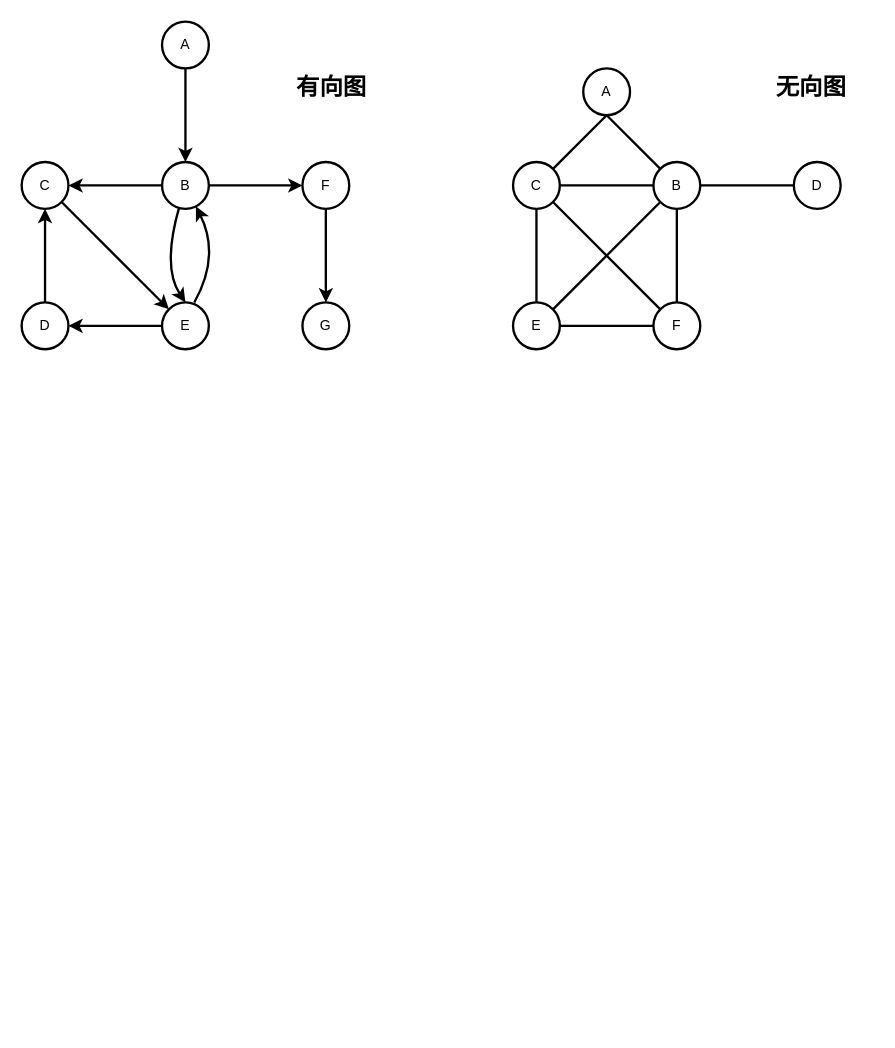
Above: page "图论" (1 of 4) of 数据结构与算法/图结构.drawio in LiHuiBin1995/study-java (draw.io), before the change. Source tidied: cells renumbered, new cells numbered last; positions are measured from the earlier drawing's top-left corner, leaving out a move shared by most shapes. Both pictures are drawn from the tidied source at 117%, with x=0, y=0 at pixel (21, 21).
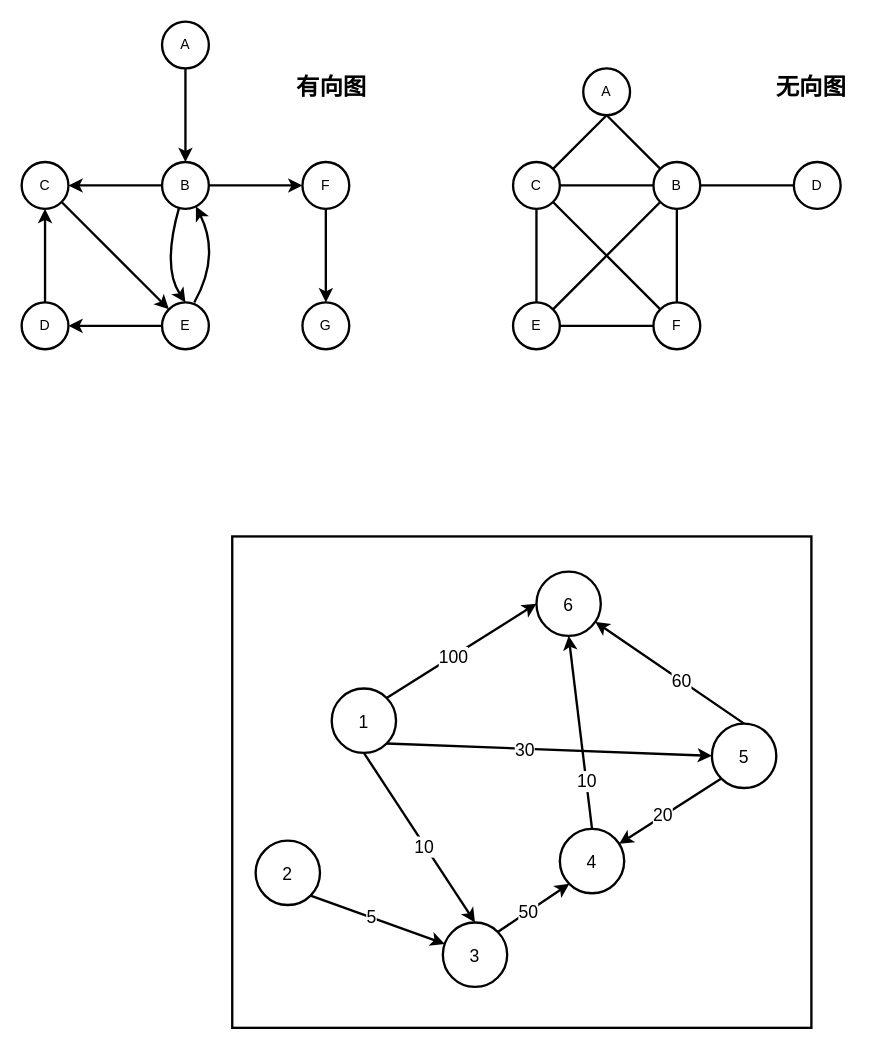
Above is the later version.

Commit message:
更新图结构.drawio

Diff of the diagram source:
```diff
@@
+    <mxCell id="35" style="rounded=0;whiteSpace=wrap;html=1;labelBackgroundColor=none;fontSize=15;fontColor=#000000;strokeWidth=2;" parent="1" vertex="1">
+      <mxGeometry x="180" y="440" width="495" height="420" as="geometry" />
+    </mxCell>
@@
+    <mxCell id="36" style="edgeStyle=none;rounded=0;jettySize=auto;html=1;exitX=0.5;exitY=1;exitDx=0;exitDy=0;entryX=0.5;entryY=0;entryDx=0;entryDy=0;fontSize=15;fontColor=#000000;endArrow=classic;endFill=1;strokeWidth=2;fillColor=#FFB570;" parent="1" edge="1" source="42" target="48">
+      <mxGeometry relative="1" as="geometry" />
+    </mxCell>
+    <mxCell id="37" value="10" style="edgeLabel;html=1;align=center;verticalAlign=middle;fontSize=15;fontColor=#000000;" parent="36" vertex="1">
+      <mxGeometry x="0.08" y="-1" relative="1" as="geometry" />
+    </mxCell>
+    <mxCell id="38" style="edgeStyle=none;rounded=0;jettySize=auto;html=1;exitX=1;exitY=0;exitDx=0;exitDy=0;entryX=0;entryY=0.5;entryDx=0;entryDy=0;fontSize=15;fontColor=#000000;endArrow=classic;endFill=1;strokeWidth=2;fillColor=#FFB570;" parent="1" edge="1" source="42" target="57">
+      <mxGeometry relative="1" as="geometry" />
+    </mxCell>
+    <mxCell id="39" value="100" style="edgeLabel;html=1;align=center;verticalAlign=middle;fontSize=15;fontColor=#000000;" parent="38" vertex="1">
+      <mxGeometry x="-0.11" relative="1" as="geometry" />
+    </mxCell>
+    <mxCell id="40" style="edgeStyle=none;rounded=0;jettySize=auto;html=1;exitX=1;exitY=1;exitDx=0;exitDy=0;entryX=0;entryY=0.5;entryDx=0;entryDy=0;fontSize=15;fontColor=#000000;endArrow=classic;endFill=1;strokeWidth=2;fillColor=#FFB570;" parent="1" edge="1" source="42" target="56">
+      <mxGeometry relative="1" as="geometry" />
+    </mxCell>
+    <mxCell id="41" value="30" style="edgeLabel;html=1;align=center;verticalAlign=middle;fontSize=15;fontColor=#000000;" parent="40" vertex="1">
+      <mxGeometry x="-0.15" relative="1" as="geometry" />
+    </mxCell>
+    <mxCell id="42" value="1" style="ellipse;whiteSpace=wrap;html=1;labelBackgroundColor=none;fontSize=15;fontColor=#000000;strokeWidth=2;" parent="1" vertex="1">
+      <mxGeometry x="265" y="570" width="55" height="55" as="geometry" />
+    </mxCell>
+    <mxCell id="43" style="edgeStyle=none;rounded=0;jettySize=auto;html=1;exitX=1;exitY=1;exitDx=0;exitDy=0;fontSize=15;fontColor=#000000;endArrow=classic;endFill=1;strokeWidth=2;fillColor=#FFB570;" parent="1" edge="1" source="45" target="48">
+      <mxGeometry relative="1" as="geometry" />
+    </mxCell>
+    <mxCell id="44" value="5" style="edgeLabel;html=1;align=center;verticalAlign=middle;fontSize=15;fontColor=#000000;" parent="43" vertex="1">
+      <mxGeometry x="-0.11" y="1" relative="1" as="geometry" />
+    </mxCell>
+    <mxCell id="45" value="2" style="ellipse;whiteSpace=wrap;html=1;labelBackgroundColor=none;fontSize=15;fontColor=#000000;strokeWidth=2;" parent="1" vertex="1">
+      <mxGeometry x="200" y="700" width="55" height="55" as="geometry" />
+    </mxCell>
+    <mxCell id="46" style="edgeStyle=none;rounded=0;jettySize=auto;html=1;exitX=1;exitY=0;exitDx=0;exitDy=0;entryX=0;entryY=1;entryDx=0;entryDy=0;fontSize=15;fontColor=#000000;endArrow=classic;endFill=1;strokeWidth=2;fillColor=#FFB570;" parent="1" edge="1" source="48" target="51">
+      <mxGeometry relative="1" as="geometry" />
+    </mxCell>
+    <mxCell id="47" value="50" style="edgeLabel;html=1;align=center;verticalAlign=middle;fontSize=15;fontColor=#000000;" parent="46" vertex="1">
+      <mxGeometry x="-0.16" relative="1" as="geometry" />
+    </mxCell>
+    <mxCell id="48" value="3" style="ellipse;whiteSpace=wrap;html=1;labelBackgroundColor=none;fontSize=15;fontColor=#000000;strokeWidth=2;" parent="1" vertex="1">
+      <mxGeometry x="360" y="770" width="55" height="55" as="geometry" />
+    </mxCell>
+    <mxCell id="49" style="edgeStyle=none;rounded=0;jettySize=auto;html=1;exitX=0.5;exitY=0;exitDx=0;exitDy=0;entryX=0.5;entryY=1;entryDx=0;entryDy=0;fontSize=15;fontColor=#000000;endArrow=classic;endFill=1;strokeWidth=2;fillColor=#FFB570;" parent="1" edge="1" source="51" target="57">
+      <mxGeometry relative="1" as="geometry" />
+    </mxCell>
+    <mxCell id="50" value="10" style="edgeLabel;html=1;align=center;verticalAlign=middle;fontSize=15;fontColor=#000000;" parent="49" vertex="1">
+      <mxGeometry x="-0.49" relative="1" as="geometry" />
+    </mxCell>
+    <mxCell id="51" value="4" style="ellipse;whiteSpace=wrap;html=1;labelBackgroundColor=none;fontSize=15;fontColor=#000000;strokeWidth=2;" parent="1" vertex="1">
+      <mxGeometry x="460" y="690" width="55" height="55" as="geometry" />
+    </mxCell>
+    <mxCell id="52" style="edgeStyle=none;rounded=0;jettySize=auto;html=1;exitX=0.5;exitY=0;exitDx=0;exitDy=0;fontSize=15;fontColor=#000000;endArrow=classic;endFill=1;strokeWidth=2;fillColor=#FFB570;" parent="1" edge="1" source="56" target="57">
+      <mxGeometry relative="1" as="geometry" />
+    </mxCell>
+    <mxCell id="53" value="60" style="edgeLabel;html=1;align=center;verticalAlign=middle;fontSize=15;fontColor=#000000;" parent="52" vertex="1">
+      <mxGeometry x="-0.15" relative="1" as="geometry" />
+    </mxCell>
+    <mxCell id="54" style="edgeStyle=none;rounded=0;jettySize=auto;html=1;exitX=0;exitY=1;exitDx=0;exitDy=0;fontSize=15;fontColor=#000000;endArrow=classic;endFill=1;strokeWidth=2;fillColor=#FFB570;" parent="1" edge="1" source="56" target="51">
+      <mxGeometry relative="1" as="geometry" />
+    </mxCell>
+    <mxCell id="55" value="20" style="edgeLabel;html=1;align=center;verticalAlign=middle;fontSize=15;fontColor=#000000;" parent="54" vertex="1">
+      <mxGeometry x="0.14" y="-1" relative="1" as="geometry" />
+    </mxCell>
+    <mxCell id="56" value="5" style="ellipse;whiteSpace=wrap;html=1;labelBackgroundColor=none;fontSize=15;fontColor=#000000;strokeWidth=2;" parent="1" vertex="1">
+      <mxGeometry x="590" y="600" width="55" height="55" as="geometry" />
+    </mxCell>
+    <mxCell id="57" value="6" style="ellipse;whiteSpace=wrap;html=1;labelBackgroundColor=none;fontSize=15;fontColor=#000000;strokeWidth=2;" parent="1" vertex="1">
+      <mxGeometry x="440" y="470" width="55" height="55" as="geometry" />
+    </mxCell>
```
